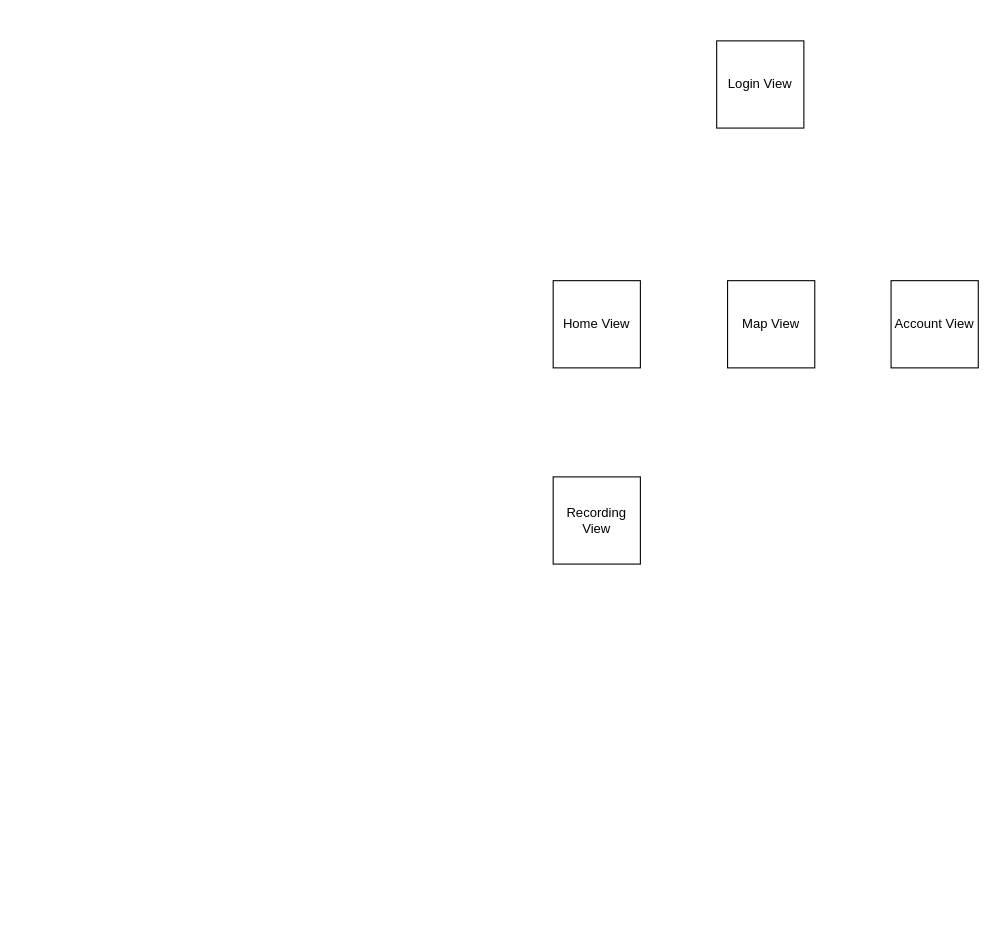
Before: Omsorg RN.drawio in abdul-abdu/diagrams, a draw.io diagram. Source tidied: cells renumbered, new cells numbered last; positions are measured from the earlier drawing's top-left corner, leaving out a move shared by most shapes. Both pictures are drawn from the tidied source at 109%, with x=0, y=0 at pixel (553, 40).
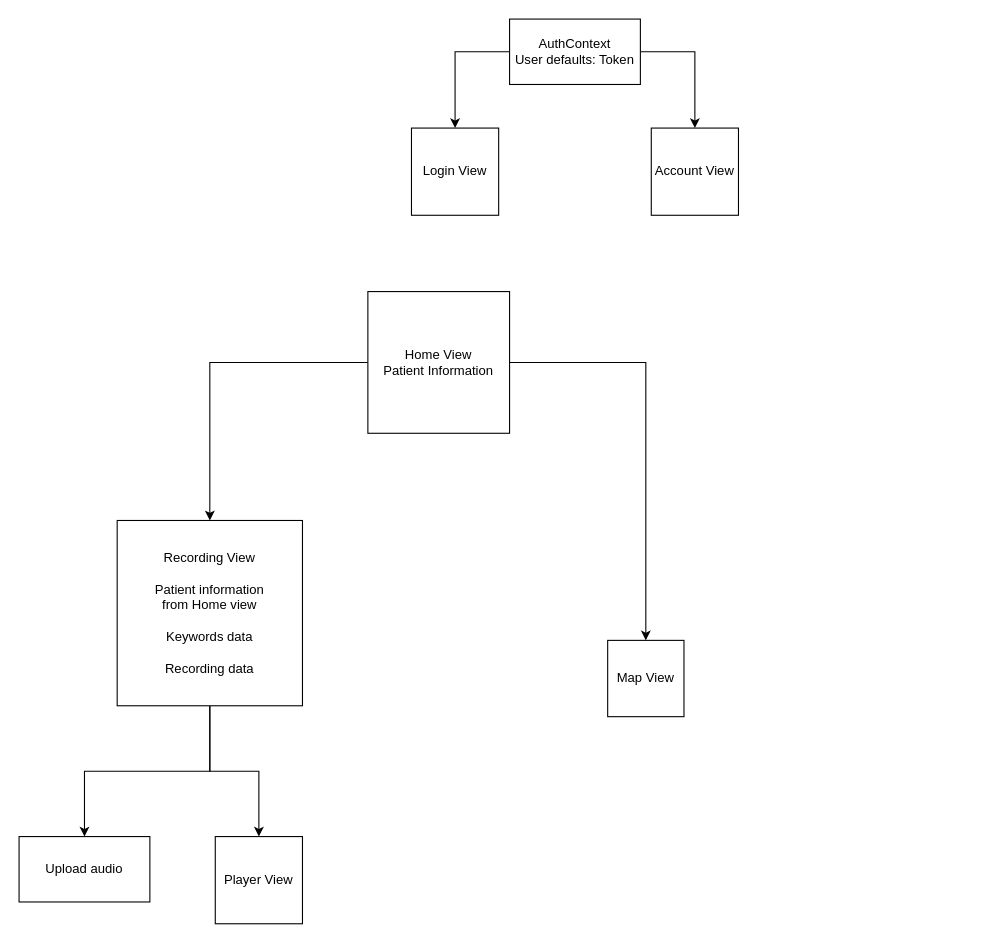
After the change.

What changed in the source:
```diff
@@
 <mxGraphModel>
   <root>
     <mxCell id="0" />
     <mxCell id="1" parent="0" />
     <mxCell id="2" value="Login View&lt;br&gt;" style="whiteSpace=wrap;html=1;" parent="1" vertex="1">
-      <mxGeometry x="150" width="80" height="80" as="geometry" />
+      <mxGeometry x="-130" y="80" width="80" height="80" as="geometry" />
     </mxCell>
+    <mxCell id="7" style="edgeStyle=orthogonalEdgeStyle;rounded=0;jettySize=auto;html=1;" parent="1" edge="1" source="3" target="4">
+      <mxGeometry relative="1" as="geometry" />
+    </mxCell>
+    <mxCell id="8" style="edgeStyle=orthogonalEdgeStyle;rounded=0;jettySize=auto;html=1;" parent="1" edge="1" source="3" target="5">
+      <mxGeometry relative="1" as="geometry" />
+    </mxCell>
-    <mxCell id="3" value="Home View" style="whiteSpace=wrap;html=1;" parent="1" vertex="1">
-      <mxGeometry y="220" width="80" height="80" as="geometry" />
+    <mxCell id="3" value="Home View&lt;br&gt;Patient Information" style="whiteSpace=wrap;html=1;" parent="1" vertex="1">
+      <mxGeometry x="-170" y="230" width="130" height="130" as="geometry" />
     </mxCell>
+    <mxCell id="9" style="edgeStyle=orthogonalEdgeStyle;rounded=0;jettySize=auto;html=1;" parent="1" edge="1" source="4" target="14">
+      <mxGeometry relative="1" as="geometry" />
+    </mxCell>
+    <mxCell id="10" style="edgeStyle=orthogonalEdgeStyle;rounded=0;jettySize=auto;html=1;" parent="1" edge="1" source="4" target="15">
+      <mxGeometry relative="1" as="geometry" />
+    </mxCell>
-    <mxCell id="4" value="Recording View" style="whiteSpace=wrap;html=1;" parent="1" vertex="1">
-      <mxGeometry y="400" width="80" height="80" as="geometry" />
+    <mxCell id="4" value="Recording View&lt;br&gt;&lt;br&gt;Patient information&lt;br&gt;from Home view&lt;br&gt;&lt;br&gt;Keywords data&lt;br&gt;&lt;br&gt;Recording data&lt;br&gt;" style="whiteSpace=wrap;html=1;" parent="1" vertex="1">
+      <mxGeometry x="-400" y="440" width="170" height="170" as="geometry" />
     </mxCell>
     <mxCell id="5" value="Map View" style="whiteSpace=wrap;html=1;" parent="1" vertex="1">
-      <mxGeometry x="160" y="220" width="80" height="80" as="geometry" />
+      <mxGeometry x="50" y="550" width="70" height="70" as="geometry" />
     </mxCell>
     <mxCell id="6" value="Account View" style="whiteSpace=wrap;html=1;" parent="1" vertex="1">
-      <mxGeometry x="310" y="220" width="80" height="80" as="geometry" />
+      <mxGeometry x="90" y="80" width="80" height="80" as="geometry" />
     </mxCell>
+    <mxCell id="11" style="edgeStyle=orthogonalEdgeStyle;rounded=0;jettySize=auto;html=1;" parent="1" edge="1" source="13" target="6">
+      <mxGeometry relative="1" as="geometry" />
+    </mxCell>
+    <mxCell id="12" style="edgeStyle=orthogonalEdgeStyle;rounded=0;jettySize=auto;html=1;" parent="1" edge="1" source="13" target="2">
+      <mxGeometry relative="1" as="geometry" />
+    </mxCell>
+    <mxCell id="13" value="AuthContext&lt;br&gt;User defaults: Token&lt;br&gt;" style="rounded=0;whiteSpace=wrap;html=1;" parent="1" vertex="1">
+      <mxGeometry x="-40" y="-20" width="120" height="60" as="geometry" />
+    </mxCell>
+    <mxCell id="14" value="Player View" style="whiteSpace=wrap;html=1;" parent="1" vertex="1">
+      <mxGeometry x="-310" y="730" width="80" height="80" as="geometry" />
+    </mxCell>
+    <mxCell id="15" value="Upload audio" style="whiteSpace=wrap;html=1;" parent="1" vertex="1">
+      <mxGeometry x="-490" y="730" width="120" height="60" as="geometry" />
+    </mxCell>
   </root>
 </mxGraphModel>
```
